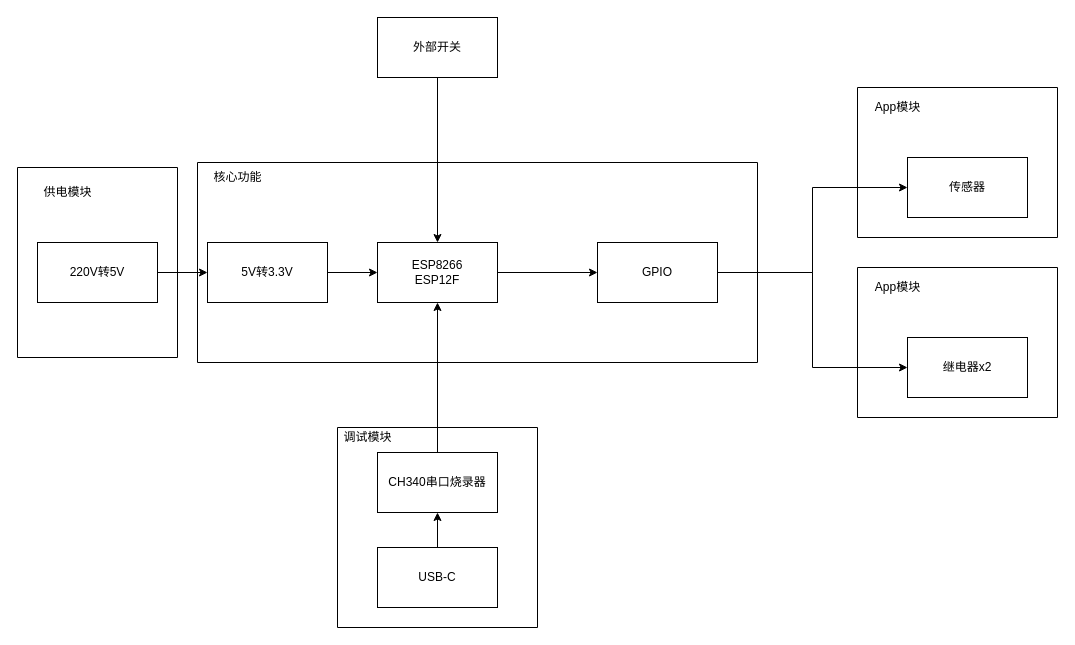
The draw.io diagram Untitled Diagram.drawio in TANG617/images, before the edit. Source tidied: cells renumbered, new cells numbered last; positions are measured from the earlier drawing's top-left corner, leaving out a move shared by most shapes. Both pictures are drawn from the tidied source at 100%, with x=0, y=0 at pixel (17, 17).
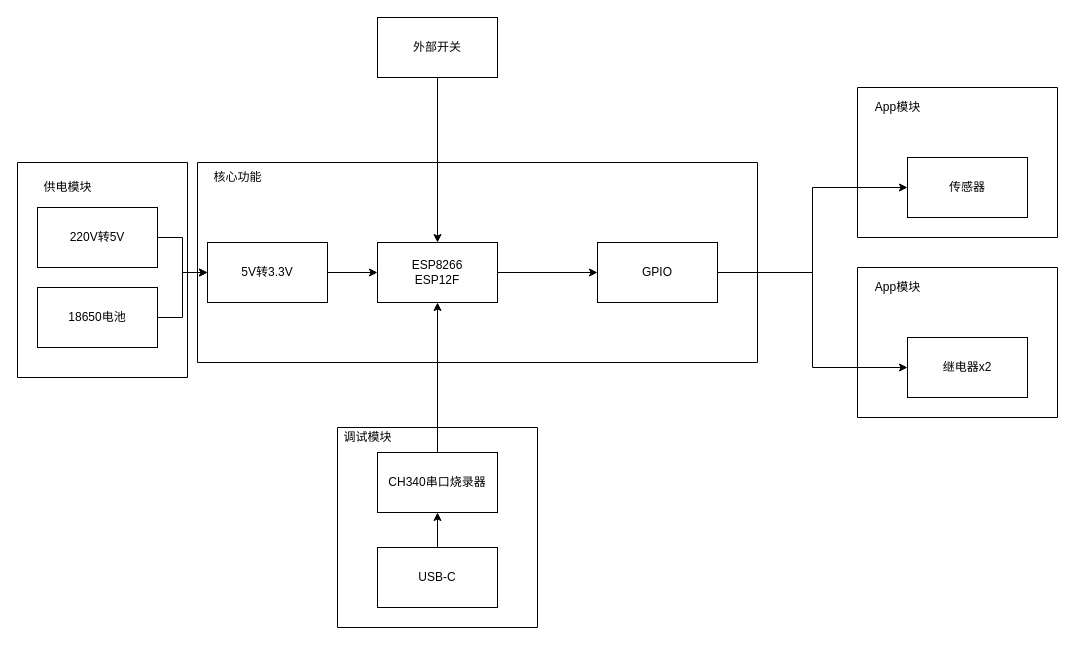
After the change.

The change refers to these unchanged cells:
```xml
<mxCell id="7" value="5V转3.3V" style="whiteSpace=wrap;html=1;" parent="1" vertex="1">
  <mxGeometry x="190" y="225" width="120" height="60" as="geometry" />
</mxCell>
```

Change to the diagram source:
```diff
@@
-    <mxCell id="4" style="edgeStyle=orthogonalEdgeStyle;rounded=0;jettySize=auto;html=1;exitX=1;exitY=0.5;exitDx=0;exitDy=0;" parent="1" edge="1" source="5" target="7">
-      <mxGeometry relative="1" as="geometry" />
-    </mxCell>
-    <mxCell id="5" value="220V转5V" style="whiteSpace=wrap;html=1;" parent="1" vertex="1">
-      <mxGeometry x="20" y="225" width="120" height="60" as="geometry" />
-    </mxCell>
@@
     <mxCell id="13" style="swimlane;startSize=0;" parent="1" vertex="1">
-      <mxGeometry y="150" width="160" height="190" as="geometry" />
+      <mxGeometry y="145" width="170" height="215" as="geometry" />
     </mxCell>
@@
+    <mxCell id="5" value="220V转5V" style="whiteSpace=wrap;html=1;" parent="13" vertex="1">
+      <mxGeometry x="20" y="45" width="120" height="60" as="geometry" />
+    </mxCell>
+    <mxCell id="29" value="18650电池" style="whiteSpace=wrap;html=1;" parent="13" vertex="1">
+      <mxGeometry x="20" y="125" width="120" height="60" as="geometry" />
+    </mxCell>
@@
+    <mxCell id="30" style="edgeStyle=orthogonalEdgeStyle;rounded=0;jettySize=auto;html=1;entryX=0;entryY=0.5;entryDx=0;entryDy=0;" parent="1" edge="1" source="29" target="7">
+      <mxGeometry relative="1" as="geometry" />
+    </mxCell>
+    <mxCell id="4" style="edgeStyle=orthogonalEdgeStyle;rounded=0;jettySize=auto;html=1;entryX=0;entryY=0.5;entryDx=0;entryDy=0;" parent="1" edge="1" source="5" target="7">
+      <mxGeometry relative="1" as="geometry" />
+    </mxCell>
```
